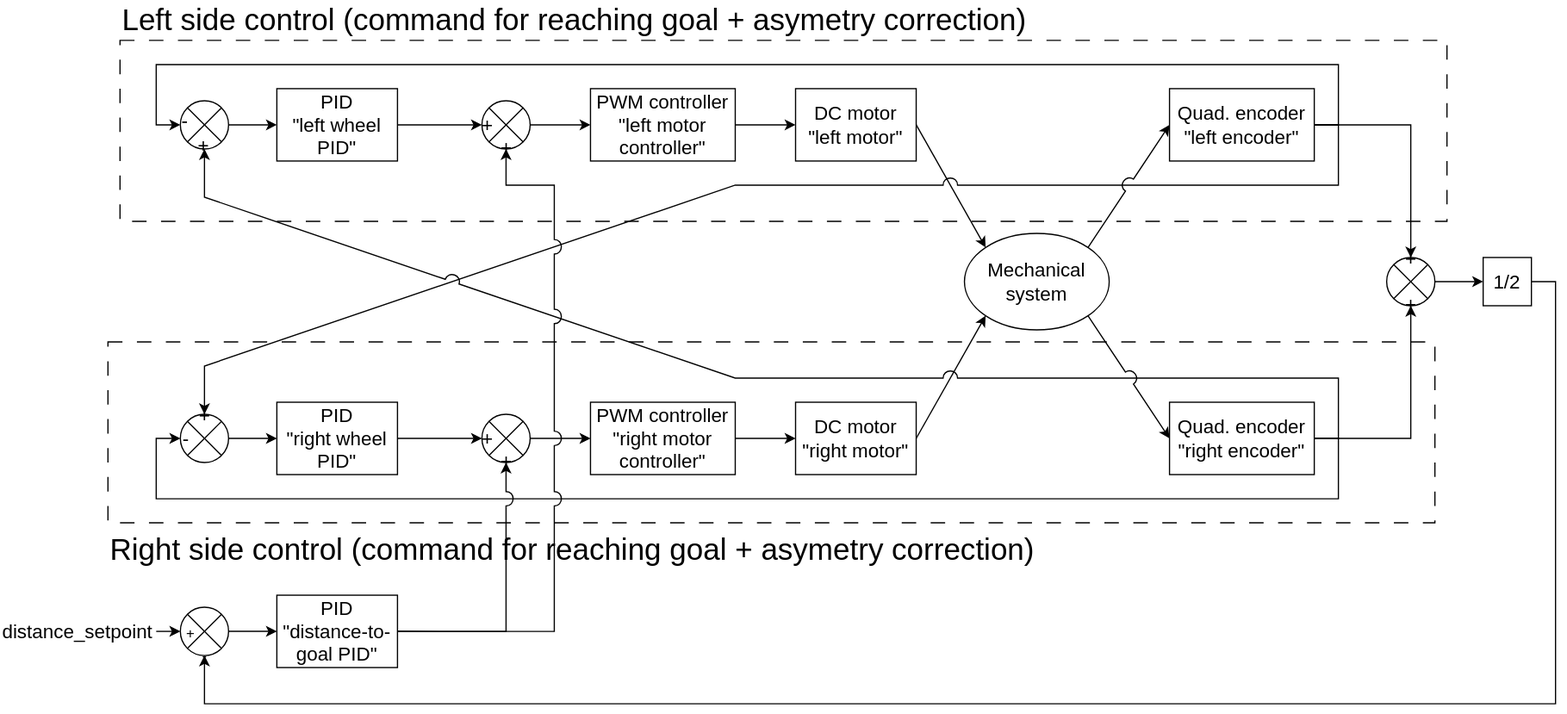
OUTech-2024/low-level keeps this draw.io diagram as doc/motion_control_position.svg. Above is the earlier version. Source tidied: cells renumbered, new cells last; positions are measured from the earlier drawing's top-left corner, leaving out a move shared by most shapes.
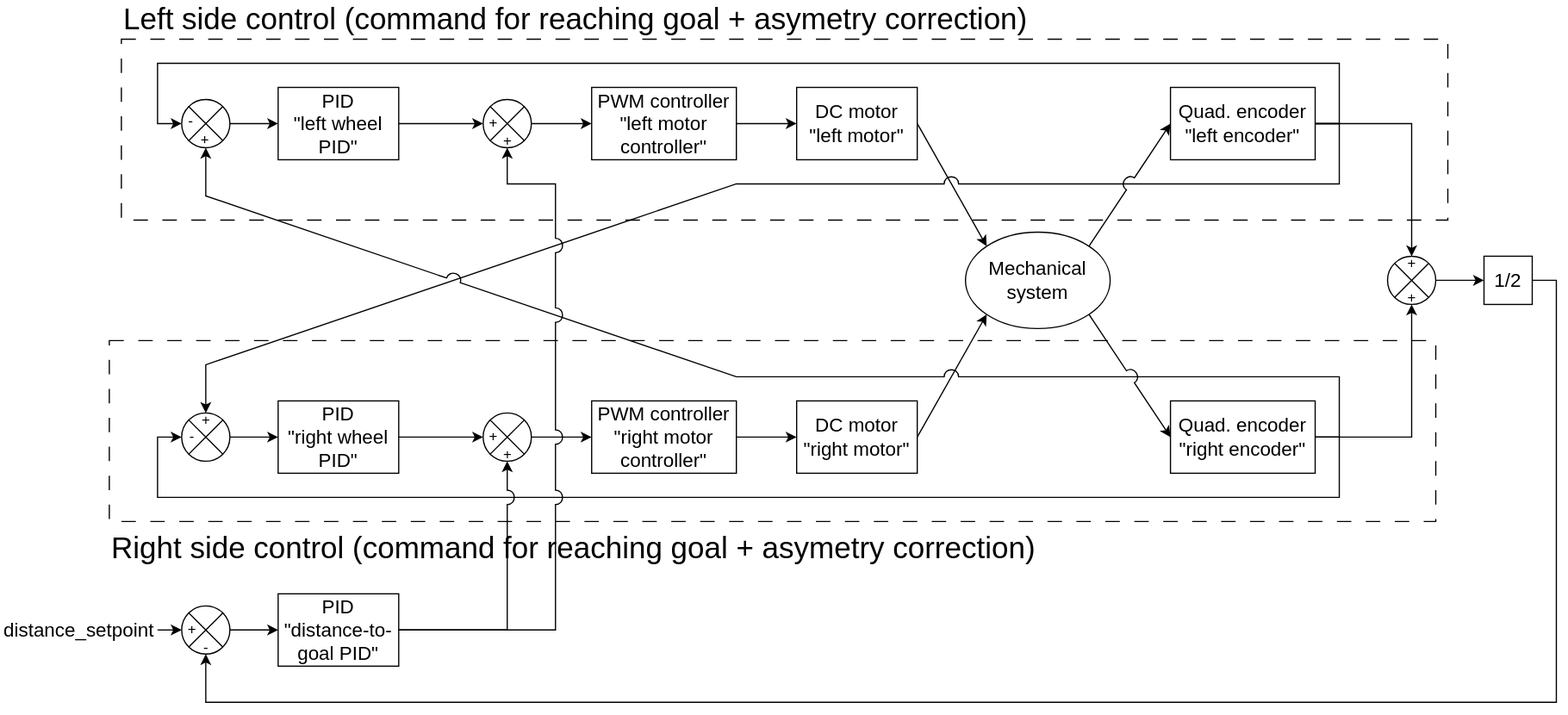
Later version of the same file.

Commit message:
Fix sum blocks in control position diagram

Change to the diagram source:
```diff
@@ -2,6 +2,12 @@
   <root>
     <mxCell id="0" />
     <mxCell id="1" parent="0" />
+    <mxCell id="45" value="&lt;font style=&quot;font-size: 25px;&quot;&gt;Right side control (command for reaching goal + asymetry correction)&lt;/font&gt;" style="rounded=0;whiteSpace=wrap;html=1;fillColor=none;dashed=1;dashPattern=12 12;labelPosition=center;verticalLabelPosition=bottom;align=left;verticalAlign=top;" parent="1" vertex="1">
+      <mxGeometry x="90" y="250" width="1100" height="150" as="geometry" />
+    </mxCell>
+    <mxCell id="43" value="&lt;font style=&quot;font-size: 25px;&quot;&gt;Left side control (command for reaching goal + asymetry correction)&lt;/font&gt;" style="rounded=0;whiteSpace=wrap;html=1;fillColor=none;dashed=1;dashPattern=12 12;labelPosition=center;verticalLabelPosition=top;align=left;verticalAlign=bottom;" parent="1" vertex="1">
+      <mxGeometry x="100" width="1100" height="150" as="geometry" />
+    </mxCell>
     <mxCell id="2" value="PID&lt;br style=&quot;font-size: 16px;&quot;&gt;&quot;left wheel PID&quot;" style="rounded=0;whiteSpace=wrap;html=1;fontSize=16;" parent="1" vertex="1">
       <mxGeometry x="230" y="40" width="100" height="60" as="geometry" />
     </mxCell>
@@ -29,7 +35,7 @@
     <mxCell id="10" style="edgeStyle=orthogonalEdgeStyle;rounded=0;jettySize=auto;html=1;exitX=1;exitY=0.5;exitDx=0;exitDy=0;exitPerimeter=0;entryX=0;entryY=0.5;entryDx=0;entryDy=0;fontSize=16;" parent="1" edge="1" source="11" target="9">
       <mxGeometry relative="1" as="geometry" />
     </mxCell>
-    <mxCell id="11" value="+&lt;br style=&quot;font-size: 16px;&quot;&gt;-&amp;nbsp; &amp;nbsp; &amp;nbsp; &amp;nbsp;&lt;br style=&quot;font-size: 16px;&quot;&gt;&amp;nbsp; &amp;nbsp; &amp;nbsp; &amp;nbsp;" style="verticalLabelPosition=middle;verticalAlign=middle;html=1;shape=mxgraph.flowchart.or;labelPosition=center;align=center;fontSize=16;" parent="1" vertex="1">
+    <mxCell id="11" value="+&lt;br style=&quot;font-size: 12px;&quot;&gt;-&amp;nbsp; &amp;nbsp; &amp;nbsp; &amp;nbsp;&lt;br style=&quot;font-size: 12px;&quot;&gt;&amp;nbsp; &amp;nbsp; &amp;nbsp; &amp;nbsp;" style="verticalLabelPosition=middle;verticalAlign=middle;html=1;shape=mxgraph.flowchart.or;labelPosition=center;align=center;fontSize=12;" parent="1" vertex="1">
       <mxGeometry x="150" y="310" width="40" height="40" as="geometry" />
     </mxCell>
     <mxCell id="12" style="edgeStyle=orthogonalEdgeStyle;rounded=0;jettySize=auto;html=1;exitX=1;exitY=0.5;exitDx=0;exitDy=0;fontSize=16;" parent="1" edge="1" source="13" target="15">
@@ -86,13 +92,13 @@
     <mxCell id="22" value="Mechanical&lt;br style=&quot;font-size: 16px;&quot;&gt;system" style="ellipse;whiteSpace=wrap;html=1;fontSize=16;" parent="1" vertex="1">
       <mxGeometry x="800" y="160" width="120" height="80" as="geometry" />
     </mxCell>
-    <mxCell id="23" value="+&lt;br style=&quot;font-size: 16px;&quot;&gt;&amp;nbsp; &amp;nbsp; &amp;nbsp; &amp;nbsp;-&lt;br style=&quot;font-size: 16px;&quot;&gt;&amp;nbsp; &amp;nbsp; &amp;nbsp; &amp;nbsp;" style="verticalLabelPosition=middle;verticalAlign=middle;html=1;shape=mxgraph.flowchart.or;labelPosition=center;align=center;rotation=-180;fontSize=16;" parent="1" vertex="1">
+    <mxCell id="23" value="+&lt;br style=&quot;font-size: 12px;&quot;&gt;&amp;nbsp; &amp;nbsp; &amp;nbsp; &amp;nbsp;-&lt;br style=&quot;font-size: 12px;&quot;&gt;&amp;nbsp; &amp;nbsp; &amp;nbsp; &amp;nbsp;" style="verticalLabelPosition=middle;verticalAlign=middle;html=1;shape=mxgraph.flowchart.or;labelPosition=center;align=center;rotation=-180;fontSize=12;" parent="1" vertex="1">
       <mxGeometry x="150" y="50" width="40" height="40" as="geometry" />
     </mxCell>
     <mxCell id="24" style="edgeStyle=orthogonalEdgeStyle;rounded=0;jettySize=auto;html=1;exitX=1;exitY=0.5;exitDx=0;exitDy=0;exitPerimeter=0;entryX=0;entryY=0.5;entryDx=0;entryDy=0;fontSize=16;" parent="1" edge="1" source="25" target="5">
       <mxGeometry relative="1" as="geometry" />
     </mxCell>
-    <mxCell id="25" value="&lt;br style=&quot;font-size: 16px;&quot;&gt;+&amp;nbsp; &amp;nbsp; &amp;nbsp; &amp;nbsp;&lt;br style=&quot;font-size: 16px;&quot;&gt;&amp;nbsp; &amp;nbsp;+&amp;nbsp; &amp;nbsp;" style="verticalLabelPosition=middle;verticalAlign=middle;html=1;shape=mxgraph.flowchart.or;labelPosition=center;align=center;rotation=0;fontSize=16;" parent="1" vertex="1">
+    <mxCell id="25" value="&lt;br style=&quot;font-size: 12px;&quot;&gt;+&amp;nbsp; &amp;nbsp; &amp;nbsp; &amp;nbsp;&lt;br style=&quot;font-size: 12px;&quot;&gt;&amp;nbsp; &amp;nbsp;+&amp;nbsp; &amp;nbsp;" style="verticalLabelPosition=middle;verticalAlign=middle;html=1;shape=mxgraph.flowchart.or;labelPosition=center;align=center;rotation=0;fontSize=12;" parent="1" vertex="1">
       <mxGeometry x="400" y="50" width="40" height="40" as="geometry" />
     </mxCell>
     <mxCell id="26" style="edgeStyle=orthogonalEdgeStyle;rounded=0;jettySize=auto;html=1;exitX=0.5;exitY=1;exitDx=0;exitDy=0;exitPerimeter=0;entryX=0;entryY=0.5;entryDx=0;entryDy=0;fontSize=16;" parent="1" edge="1" source="28" target="13">
@@ -101,7 +107,7 @@
     <mxCell id="27" style="edgeStyle=orthogonalEdgeStyle;rounded=0;jettySize=auto;html=1;exitX=1;exitY=0.5;exitDx=0;exitDy=0;entryX=0.5;entryY=0;entryDx=0;entryDy=0;entryPerimeter=0;fontSize=16;" parent="1" edge="1" source="9" target="28">
       <mxGeometry relative="1" as="geometry" />
     </mxCell>
-    <mxCell id="28" value="&amp;nbsp;&amp;nbsp;&lt;br style=&quot;font-size: 16px;&quot;&gt;+&amp;nbsp; &amp;nbsp; &amp;nbsp; &amp;nbsp;&lt;br style=&quot;font-size: 16px;&quot;&gt;+" style="verticalLabelPosition=middle;verticalAlign=middle;html=1;shape=mxgraph.flowchart.or;labelPosition=center;align=center;rotation=0;flipV=1;flipH=1;direction=south;fontSize=16;" parent="1" vertex="1">
+    <mxCell id="28" value="&amp;nbsp;&amp;nbsp;&lt;br style=&quot;font-size: 12px;&quot;&gt;+&amp;nbsp; &amp;nbsp; &amp;nbsp; &amp;nbsp;&lt;br style=&quot;font-size: 12px;&quot;&gt;+" style="verticalLabelPosition=middle;verticalAlign=middle;html=1;shape=mxgraph.flowchart.or;labelPosition=center;align=center;rotation=0;flipV=1;flipH=1;direction=south;fontSize=12;" parent="1" vertex="1">
       <mxGeometry x="400" y="310" width="40" height="40" as="geometry" />
     </mxCell>
     <mxCell id="29" style="edgeStyle=orthogonalEdgeStyle;rounded=0;jettySize=auto;html=1;exitX=1;exitY=0.5;exitDx=0;exitDy=0;entryX=0;entryY=0.5;entryDx=0;entryDy=0;entryPerimeter=0;fontSize=16;" parent="1" edge="1" source="2" target="25">
@@ -120,7 +126,7 @@
     <mxCell id="31" style="edgeStyle=orthogonalEdgeStyle;rounded=0;jettySize=auto;html=1;exitX=0.5;exitY=1;exitDx=0;exitDy=0;exitPerimeter=0;fontSize=16;" parent="1" edge="1" source="32" target="36">
       <mxGeometry relative="1" as="geometry" />
     </mxCell>
-    <mxCell id="32" value="&amp;nbsp;+&amp;nbsp;&lt;br style=&quot;font-size: 16px;&quot;&gt;&amp;nbsp; &amp;nbsp; &amp;nbsp; &amp;nbsp;&lt;br style=&quot;font-size: 16px;&quot;&gt;+" style="verticalLabelPosition=middle;verticalAlign=middle;html=1;shape=mxgraph.flowchart.or;labelPosition=center;align=center;rotation=0;flipV=1;flipH=1;direction=south;fontSize=16;" parent="1" vertex="1">
+    <mxCell id="32" value="&amp;nbsp;+&amp;nbsp;&lt;br style=&quot;font-size: 12px;&quot;&gt;&amp;nbsp; &amp;nbsp; &amp;nbsp; &amp;nbsp;&lt;br style=&quot;font-size: 12px;&quot;&gt;+" style="verticalLabelPosition=middle;verticalAlign=middle;html=1;shape=mxgraph.flowchart.or;labelPosition=center;align=center;rotation=0;flipV=1;flipH=1;direction=south;fontSize=12;" parent="1" vertex="1">
       <mxGeometry x="1150" y="180" width="40" height="40" as="geometry" />
     </mxCell>
     <mxCell id="33" style="edgeStyle=orthogonalEdgeStyle;rounded=0;jettySize=auto;html=1;exitX=1;exitY=0.5;exitDx=0;exitDy=0;entryX=1;entryY=0.5;entryDx=0;entryDy=0;entryPerimeter=0;fontSize=16;" parent="1" edge="1" source="8" target="32">
@@ -159,20 +165,14 @@
     <mxCell id="40" style="edgeStyle=none;shape=connector;rounded=0;jumpStyle=arc;jumpSize=12;jettySize=auto;html=1;exitX=1;exitY=0.5;exitDx=0;exitDy=0;exitPerimeter=0;labelBackgroundColor=default;strokeColor=default;align=center;verticalAlign=middle;fontFamily=Helvetica;fontSize=16;fontColor=default;endArrow=classic;" parent="1" edge="1" source="41" target="37">
       <mxGeometry relative="1" as="geometry" />
     </mxCell>
-    <mxCell id="41" value="&lt;font style=&quot;font-size: 12px;&quot;&gt;&lt;br style=&quot;&quot;&gt;+&amp;nbsp; &amp;nbsp; &amp;nbsp; &amp;nbsp;&lt;br style=&quot;&quot;&gt;-&lt;/font&gt;" style="verticalLabelPosition=middle;verticalAlign=middle;html=1;shape=mxgraph.flowchart.or;labelPosition=center;align=center;rotation=0;fontSize=16;" parent="1" vertex="1">
+    <mxCell id="41" value="&lt;br style=&quot;font-size: 12px;&quot;&gt;+&amp;nbsp; &amp;nbsp; &amp;nbsp; &amp;nbsp;&lt;br style=&quot;font-size: 12px;&quot;&gt;-" style="verticalLabelPosition=middle;verticalAlign=middle;html=1;shape=mxgraph.flowchart.or;labelPosition=center;align=center;rotation=0;fontSize=12;" parent="1" vertex="1">
       <mxGeometry x="150" y="470" width="40" height="40" as="geometry" />
     </mxCell>
     <mxCell id="42" value="distance_setpoint" style="text;html=1;strokeColor=none;fillColor=none;align=center;verticalAlign=middle;whiteSpace=wrap;rounded=0;fontSize=16;fontFamily=Helvetica;fontColor=default;" parent="1" vertex="1">
       <mxGeometry y="475" width="130" height="30" as="geometry" />
     </mxCell>
-    <mxCell id="43" value="&lt;font style=&quot;font-size: 25px;&quot;&gt;Left side control (command for reaching goal + asymetry correction)&lt;/font&gt;" style="rounded=0;whiteSpace=wrap;html=1;fillColor=none;dashed=1;dashPattern=12 12;labelPosition=center;verticalLabelPosition=top;align=left;verticalAlign=bottom;" parent="1" vertex="1">
-      <mxGeometry x="100" width="1100" height="150" as="geometry" />
-    </mxCell>
     <mxCell id="44" style="edgeStyle=none;shape=connector;rounded=0;jumpStyle=arc;jumpSize=12;jettySize=auto;html=1;exitX=1;exitY=0.5;exitDx=0;exitDy=0;entryX=0;entryY=0.5;entryDx=0;entryDy=0;entryPerimeter=0;labelBackgroundColor=default;strokeColor=default;align=center;verticalAlign=middle;fontFamily=Helvetica;fontSize=16;fontColor=default;endArrow=classic;" parent="1" edge="1" source="42" target="41">
       <mxGeometry relative="1" as="geometry" />
     </mxCell>
-    <mxCell id="45" value="&lt;font style=&quot;font-size: 25px;&quot;&gt;Right side control (command for reaching goal + asymetry correction)&lt;/font&gt;" style="rounded=0;whiteSpace=wrap;html=1;fillColor=none;dashed=1;dashPattern=12 12;labelPosition=center;verticalLabelPosition=bottom;align=left;verticalAlign=top;" parent="1" vertex="1">
-      <mxGeometry x="90" y="250" width="1100" height="150" as="geometry" />
-    </mxCell>
   </root>
 </mxGraphModel>
```
